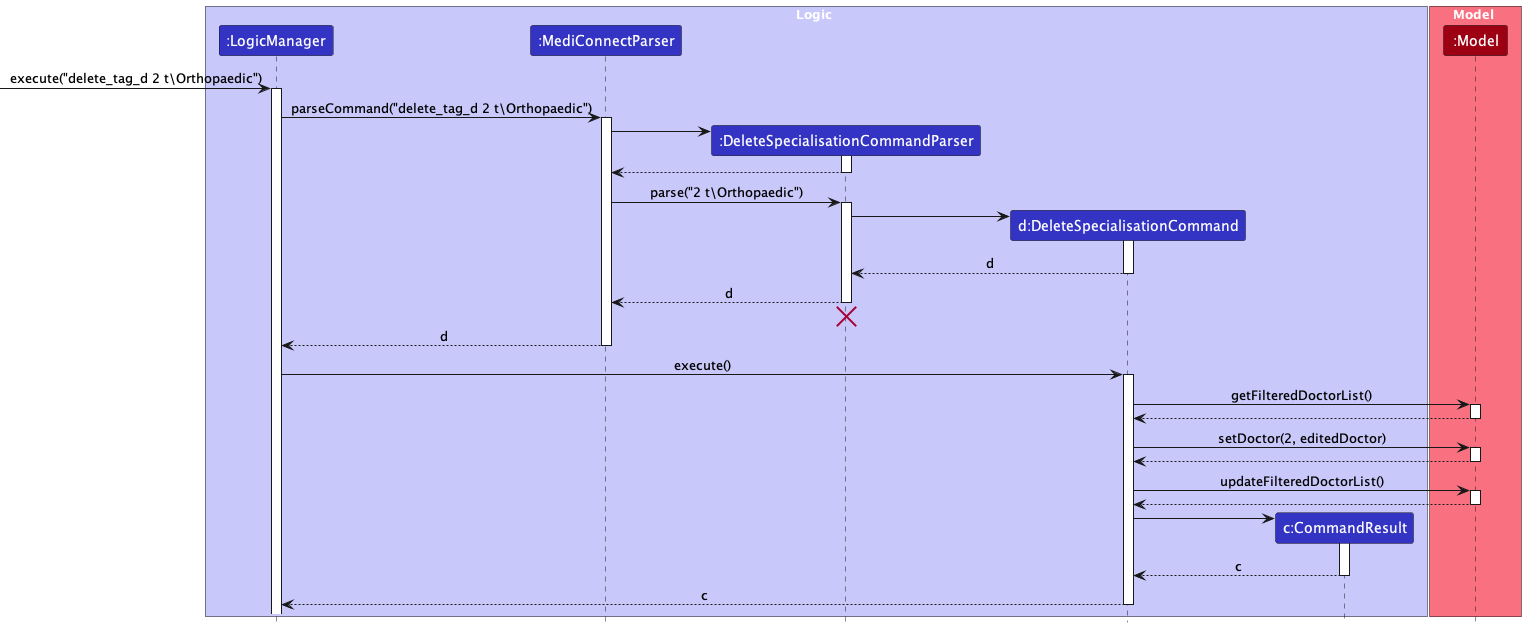
The PlantUML diagram docs/images/DeleteSpecialisationSequenceDiagram.png in yanghengtang/tp, before a commit.
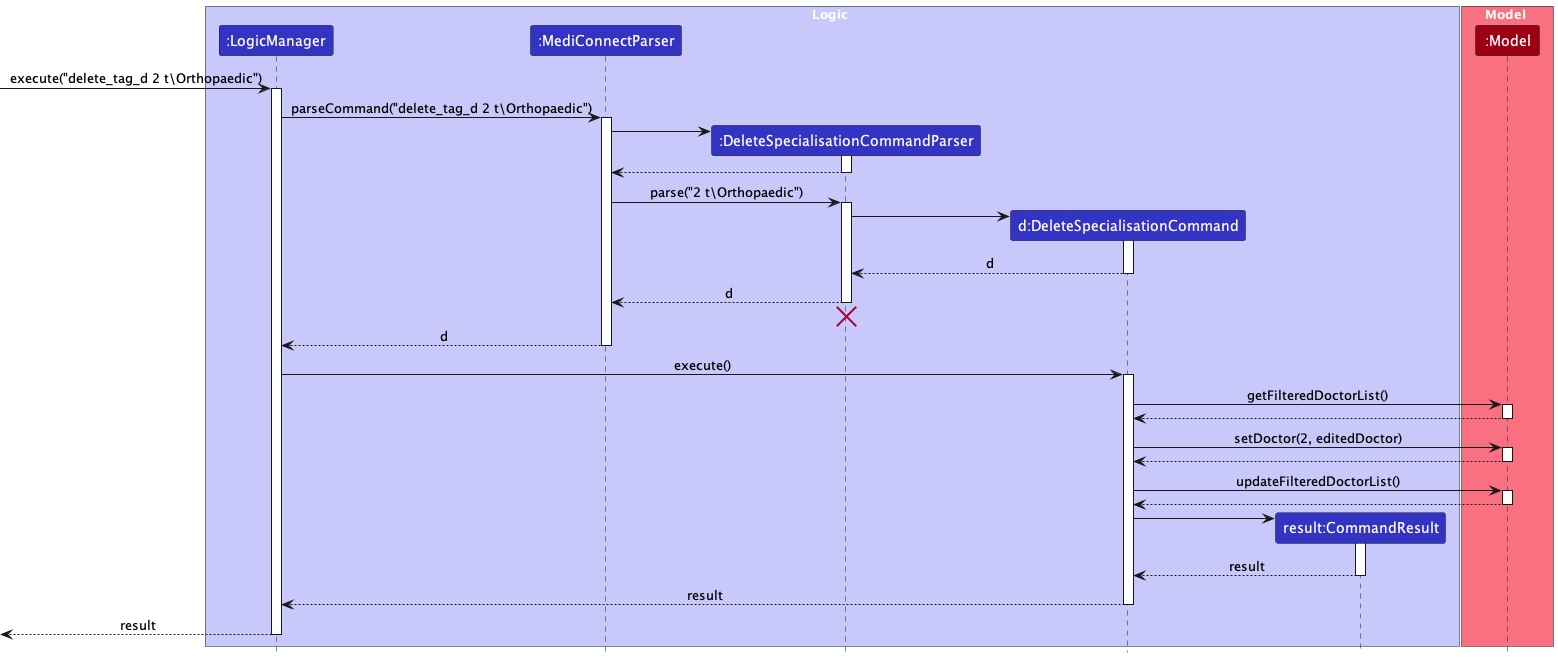
Later version of the same file.

Change to the diagram source:
```diff
@@ -7,7 +7,7 @@
 participant ":MediConnectParser" as MediConnectParser LOGIC_COLOR
 participant ":DeleteSpecialisationCommandParser" as DeleteSpecialisationCommandParser LOGIC_COLOR
 participant "d:DeleteSpecialisationCommand" as DeleteSpecialisationCommand LOGIC_COLOR
-participant "c:CommandResult" as CommandResult LOGIC_COLOR
+participant "result:CommandResult" as CommandResult LOGIC_COLOR
 end box
 
 box Model MODEL_COLOR_T1
@@ -73,9 +73,12 @@
 DeleteSpecialisationCommand -> CommandResult
 activate CommandResult
 
-CommandResult --> DeleteSpecialisationCommand : c
+CommandResult --> DeleteSpecialisationCommand : result
 deactivate CommandResult
 
-DeleteSpecialisationCommand --> LogicManager : c
+DeleteSpecialisationCommand --> LogicManager : result
 deactivate DeleteSpecialisationCommand
+
+[<--LogicManager : result
+deactivate LogicManager
 @enduml
```
